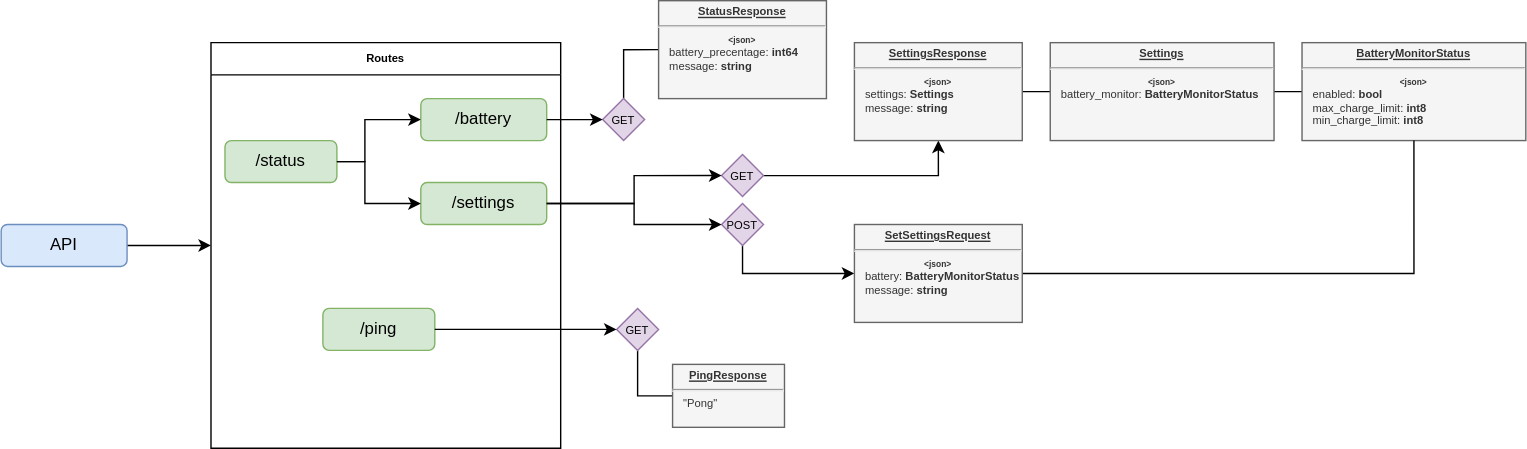
This is docs/backend_api.svg from Ciaxur/DeckTweaks, a draw.io export, as it was before one commit. Source tidied: cells renumbered, new cells last; positions are measured from the earlier drawing's top-left corner, leaving out a move shared by most shapes.
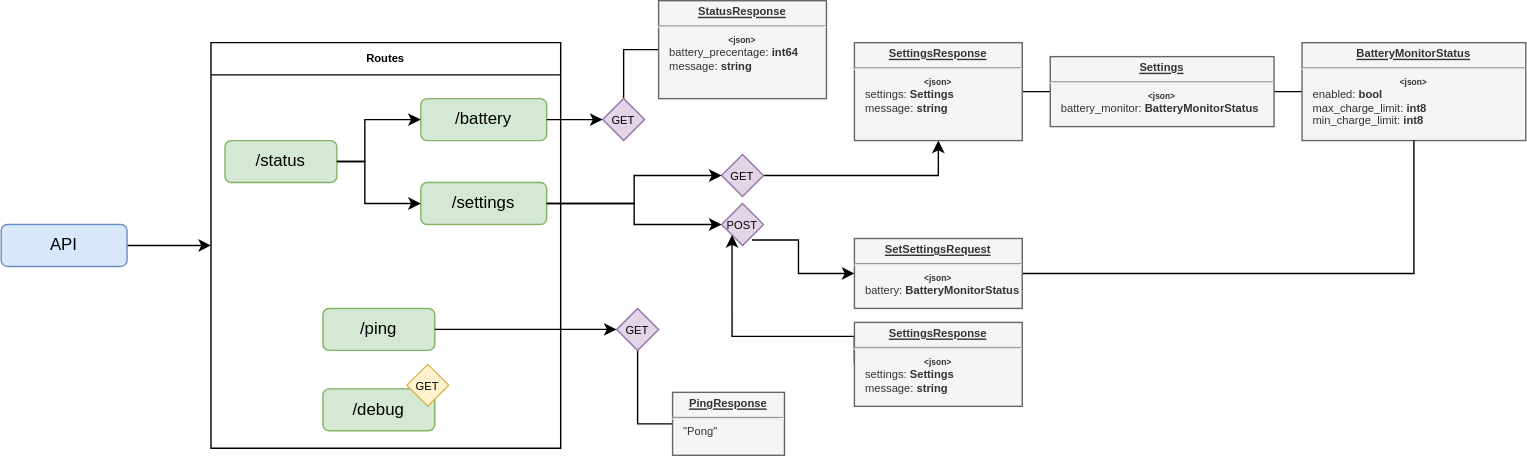
After the commit.

The edit, as a diff of the source:
```diff
@@ -44,6 +44,12 @@
     <mxCell id="11" value="/ping" style="rounded=1;whiteSpace=wrap;html=1;fillColor=#d5e8d4;strokeColor=#82b366;" parent="10" vertex="1">
       <mxGeometry x="80" y="190" width="80" height="30" as="geometry" />
     </mxCell>
+    <mxCell id="33" value="/debug" style="rounded=1;whiteSpace=wrap;html=1;fillColor=#d5e8d4;strokeColor=#82b366;" parent="10" vertex="1">
+      <mxGeometry x="80" y="247.5" width="80" height="30" as="geometry" />
+    </mxCell>
+    <mxCell id="34" value="&lt;font style=&quot;font-size: 8px;&quot;&gt;GET&lt;/font&gt;" style="rhombus;whiteSpace=wrap;html=1;fillColor=#fff2cc;strokeColor=#d6b656;" parent="10" vertex="1">
+      <mxGeometry x="140" y="230" width="30" height="30" as="geometry" />
+    </mxCell>
     <mxCell id="12" style="edgeStyle=orthogonalEdgeStyle;rounded=0;jettySize=auto;html=1;entryX=0;entryY=0.5;entryDx=0;entryDy=0;fontSize=8;endArrow=none;endFill=0;exitX=0.5;exitY=1;exitDx=0;exitDy=0;" parent="1" edge="1" source="13" target="15">
       <mxGeometry relative="1" as="geometry" />
     </mxCell>
@@ -54,7 +60,7 @@
       <mxGeometry relative="1" as="geometry" />
     </mxCell>
     <mxCell id="15" value="&lt;p style=&quot;margin: 4px 0px 0px; text-decoration: underline; font-size: 8px;&quot;&gt;&lt;b&gt;PingResponse&lt;/b&gt;&lt;/p&gt;&lt;hr style=&quot;font-size: 8px;&quot;&gt;&lt;p style=&quot;text-align: left; margin: 0px 0px 0px 8px; font-size: 8px;&quot;&gt;&quot;Pong&quot;&lt;/p&gt;" style="verticalAlign=top;align=center;overflow=fill;fontSize=8;fontFamily=Helvetica;html=1;fillColor=#f5f5f5;fontColor=#333333;strokeColor=#666666;" parent="1" vertex="1">
-      <mxGeometry x="480" y="260" width="80" height="45" as="geometry" />
+      <mxGeometry x="480" y="280" width="80" height="45" as="geometry" />
     </mxCell>
     <mxCell id="16" style="edgeStyle=orthogonalEdgeStyle;rounded=0;jettySize=auto;html=1;entryX=0;entryY=0.5;entryDx=0;entryDy=0;fontSize=6;endArrow=none;endFill=0;exitX=0.5;exitY=0;exitDx=0;exitDy=0;" parent="1" edge="1" source="17" target="19">
       <mxGeometry relative="1" as="geometry" />
@@ -74,8 +80,13 @@
     <mxCell id="21" value="&lt;font style=&quot;font-size: 8px;&quot;&gt;GET&lt;/font&gt;" style="rhombus;whiteSpace=wrap;html=1;fillColor=#e1d5e7;strokeColor=#9673a6;" parent="1" vertex="1">
       <mxGeometry x="515" y="110" width="30" height="30" as="geometry" />
     </mxCell>
-    <mxCell id="22" style="edgeStyle=orthogonalEdgeStyle;rounded=0;jettySize=auto;html=1;fontSize=6;endArrow=classic;endFill=1;exitX=0.5;exitY=1;exitDx=0;exitDy=0;" parent="1" edge="1" source="23" target="32">
-      <mxGeometry relative="1" as="geometry" />
+    <mxCell id="22" style="edgeStyle=orthogonalEdgeStyle;rounded=0;jettySize=auto;html=1;fontSize=6;endArrow=classic;endFill=1;exitX=0.725;exitY=0.868;exitDx=0;exitDy=0;exitPerimeter=0;" parent="1" edge="1" source="23" target="32">
+      <mxGeometry relative="1" as="geometry">
+        <Array as="points">
+          <mxPoint x="570" y="171" />
+          <mxPoint x="570" y="195" />
+        </Array>
+      </mxGeometry>
     </mxCell>
     <mxCell id="23" value="&lt;font style=&quot;font-size: 8px;&quot;&gt;POST&lt;/font&gt;" style="rhombus;whiteSpace=wrap;html=1;fillColor=#e1d5e7;strokeColor=#9673a6;" parent="1" vertex="1">
       <mxGeometry x="515" y="145" width="30" height="30" as="geometry" />
@@ -96,7 +107,7 @@
       <mxGeometry relative="1" as="geometry" />
     </mxCell>
     <mxCell id="29" value="&lt;p style=&quot;margin: 4px 0px 0px; text-decoration: underline; font-size: 8px;&quot;&gt;&lt;b&gt;Settings&lt;/b&gt;&lt;/p&gt;&lt;hr style=&quot;font-size: 8px;&quot;&gt;&lt;font style=&quot;font-size: 6px;&quot;&gt;&lt;b&gt;&amp;lt;json&amp;gt;&lt;/b&gt;&lt;/font&gt;&lt;p style=&quot;text-align: left; margin: 0px 0px 0px 8px;&quot;&gt;battery_monitor:&amp;nbsp;&lt;b&gt;BatteryMonitorStatus&lt;/b&gt;&lt;br&gt;&lt;/p&gt;&lt;p style=&quot;text-align: left; margin: 0px 0px 0px 8px;&quot;&gt;&lt;br&gt;&lt;/p&gt;" style="verticalAlign=top;align=center;overflow=fill;fontSize=8;fontFamily=Helvetica;html=1;fillColor=#f5f5f5;fontColor=#333333;strokeColor=#666666;" parent="1" vertex="1">
-      <mxGeometry x="750" y="30" width="160" height="70" as="geometry" />
+      <mxGeometry x="750" y="40" width="160" height="50" as="geometry" />
     </mxCell>
     <mxCell id="30" value="&lt;p style=&quot;margin: 4px 0px 0px;&quot;&gt;&lt;b&gt;&lt;u&gt;BatteryMonitorStatus&lt;/u&gt;&lt;/b&gt;&lt;br&gt;&lt;/p&gt;&lt;hr style=&quot;font-size: 8px;&quot;&gt;&lt;font style=&quot;font-size: 6px;&quot;&gt;&lt;b&gt;&amp;lt;json&amp;gt;&lt;/b&gt;&lt;/font&gt;&lt;p style=&quot;text-align: left; margin: 0px 0px 0px 8px;&quot;&gt;enabled:&amp;nbsp;&lt;b&gt;bool&lt;/b&gt;&lt;br&gt;&lt;/p&gt;&lt;p style=&quot;text-align: left; margin: 0px 0px 0px 8px;&quot;&gt;max_charge_limit: &lt;b&gt;int8&lt;/b&gt;&lt;/p&gt;&lt;p style=&quot;text-align: left; margin: 0px 0px 0px 8px;&quot;&gt;min_charge_limit: &lt;b&gt;int8&lt;/b&gt;&lt;br&gt;&lt;/p&gt;&lt;p style=&quot;text-align: left; margin: 0px 0px 0px 8px;&quot;&gt;&lt;br&gt;&lt;/p&gt;" style="verticalAlign=top;align=center;overflow=fill;fontSize=8;fontFamily=Helvetica;html=1;fillColor=#f5f5f5;fontColor=#333333;strokeColor=#666666;" parent="1" vertex="1">
       <mxGeometry x="930" y="30" width="160" height="70" as="geometry" />
@@ -104,8 +115,19 @@
     <mxCell id="31" style="edgeStyle=orthogonalEdgeStyle;rounded=0;jettySize=auto;html=1;entryX=0.5;entryY=1;entryDx=0;entryDy=0;fontSize=6;endArrow=none;endFill=0;" parent="1" edge="1" source="32" target="30">
       <mxGeometry relative="1" as="geometry" />
     </mxCell>
-    <mxCell id="32" value="&lt;p style=&quot;margin: 4px 0px 0px;&quot;&gt;&lt;b&gt;&lt;u&gt;SetSettingsRequest&lt;/u&gt;&lt;/b&gt;&lt;br&gt;&lt;/p&gt;&lt;hr style=&quot;font-size: 8px;&quot;&gt;&lt;font style=&quot;font-size: 6px;&quot;&gt;&lt;b&gt;&amp;lt;json&amp;gt;&lt;/b&gt;&lt;/font&gt;&lt;p style=&quot;text-align: left; margin: 0px 0px 0px 8px;&quot;&gt;battery:&amp;nbsp;&lt;b&gt;BatteryMonitorStatus&lt;/b&gt;&lt;br&gt;&lt;/p&gt;&lt;p style=&quot;text-align: left; margin: 0px 0px 0px 8px;&quot;&gt;message: &lt;b&gt;string&lt;/b&gt;&lt;/p&gt;" style="verticalAlign=top;align=center;overflow=fill;fontSize=8;fontFamily=Helvetica;html=1;fillColor=#f5f5f5;fontColor=#333333;strokeColor=#666666;" parent="1" vertex="1">
-      <mxGeometry x="610" y="160" width="120" height="70" as="geometry" />
+    <mxCell id="32" value="&lt;p style=&quot;margin: 4px 0px 0px;&quot;&gt;&lt;b&gt;&lt;u&gt;SetSettingsRequest&lt;/u&gt;&lt;/b&gt;&lt;br&gt;&lt;/p&gt;&lt;hr style=&quot;font-size: 8px;&quot;&gt;&lt;font style=&quot;font-size: 6px;&quot;&gt;&lt;b&gt;&amp;lt;json&amp;gt;&lt;/b&gt;&lt;/font&gt;&lt;p style=&quot;text-align: left; margin: 0px 0px 0px 8px;&quot;&gt;battery:&amp;nbsp;&lt;b&gt;BatteryMonitorStatus&lt;/b&gt;&lt;/p&gt;" style="verticalAlign=top;align=center;overflow=fill;fontSize=8;fontFamily=Helvetica;html=1;fillColor=#f5f5f5;fontColor=#333333;strokeColor=#666666;" parent="1" vertex="1">
+      <mxGeometry x="610" y="170" width="120" height="50" as="geometry" />
     </mxCell>
+    <mxCell id="35" style="edgeStyle=orthogonalEdgeStyle;rounded=0;jettySize=auto;html=1;entryX=0;entryY=1;entryDx=0;entryDy=0;exitX=0;exitY=0.5;exitDx=0;exitDy=0;" parent="1" edge="1" source="36" target="23">
+      <mxGeometry relative="1" as="geometry">
+        <Array as="points">
+          <mxPoint x="610" y="240" />
+          <mxPoint x="523" y="240" />
+        </Array>
+      </mxGeometry>
+    </mxCell>
+    <mxCell id="36" value="&lt;p style=&quot;margin: 4px 0px 0px; text-decoration: underline; font-size: 8px;&quot;&gt;&lt;b&gt;SettingsResponse&lt;/b&gt;&lt;/p&gt;&lt;hr style=&quot;font-size: 8px;&quot;&gt;&lt;font style=&quot;font-size: 6px;&quot;&gt;&lt;b&gt;&amp;lt;json&amp;gt;&lt;/b&gt;&lt;/font&gt;&lt;p style=&quot;text-align: left; margin: 0px 0px 0px 8px;&quot;&gt;settings:&amp;nbsp;&lt;b&gt;Settings&lt;/b&gt;&lt;br&gt;&lt;/p&gt;&lt;p style=&quot;text-align: left; margin: 0px 0px 0px 8px;&quot;&gt;message: &lt;b&gt;string&lt;/b&gt;&lt;/p&gt;" style="verticalAlign=top;align=center;overflow=fill;fontSize=8;fontFamily=Helvetica;html=1;fillColor=#f5f5f5;fontColor=#333333;strokeColor=#666666;" parent="1" vertex="1">
+      <mxGeometry x="610" y="230" width="120" height="60" as="geometry" />
+    </mxCell>
   </root>
 </mxGraphModel>
```
